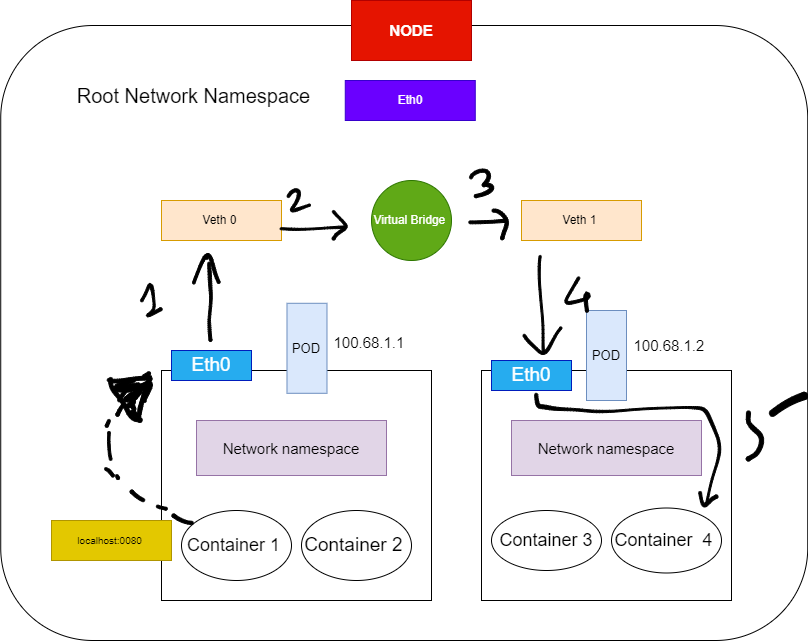
The draw.io diagram Page_images/Pod-2-pod -networking.drawio.png in dikshita-git/RP_Study-on-Ingress-and-its-security-IPv4-IPv6-, before a commit. Source tidied: cells renumbered, new cells last; positions are measured from the earlier drawing's top-left corner, leaving out a move shared by most shapes.
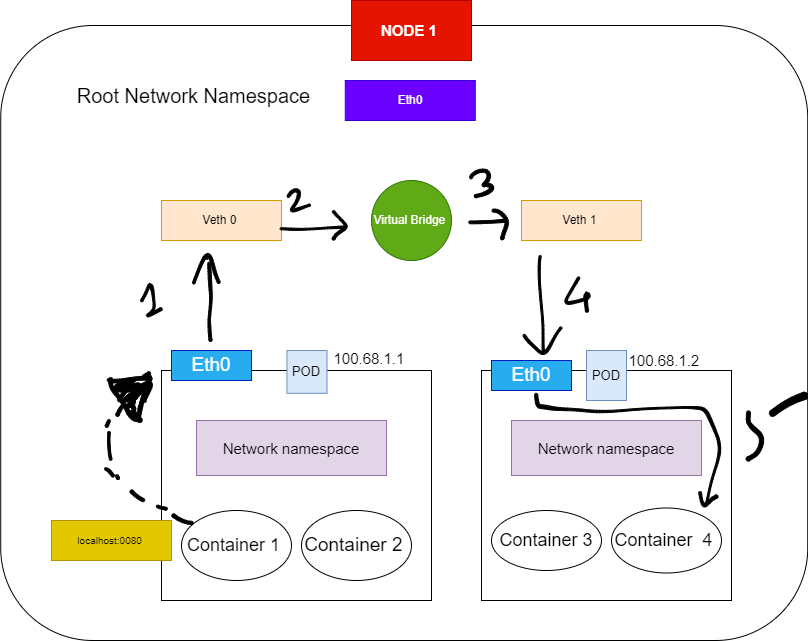
The same file after the commit.

Diff of the diagram source:
```diff
@@ -9,7 +9,7 @@
       <mxGeometry x="161" y="370" width="270" height="230" as="geometry" />
     </mxCell>
     <mxCell id="4" value="&lt;font style=&quot;font-size: 13px;&quot;&gt;POD&lt;/font&gt;" style="text;html=1;strokeColor=#6c8ebf;fillColor=#dae8fc;align=center;verticalAlign=middle;whiteSpace=wrap;rounded=0;" parent="1" vertex="1">
-      <mxGeometry x="286.5" y="302.8" width="40" height="90" as="geometry" />
+      <mxGeometry x="286.5" y="350" width="40" height="42.8" as="geometry" />
     </mxCell>
     <mxCell id="5" value="&lt;font style=&quot;font-size: 15px;&quot;&gt;Network namespace&lt;/font&gt;" style="rounded=0;whiteSpace=wrap;html=1;fillColor=#e1d5e7;strokeColor=#9673a6;" parent="1" vertex="1">
       <mxGeometry x="196" y="420" width="190" height="55" as="geometry" />
@@ -27,16 +27,16 @@
       <mxGeometry relative="1" as="geometry" />
     </mxCell>
     <mxCell id="10" value="100.68.1.1&amp;nbsp;" style="text;html=1;strokeColor=none;fillColor=none;align=center;verticalAlign=middle;whiteSpace=wrap;rounded=0;fontSize=15;" parent="1" vertex="1">
-      <mxGeometry x="341" y="326.5" width="60" height="30" as="geometry" />
+      <mxGeometry x="341" y="356.5" width="60" height="3.5" as="geometry" />
     </mxCell>
     <mxCell id="11" style="rounded=0;whiteSpace=wrap;html=1;" parent="1" vertex="1">
       <mxGeometry x="481" y="370" width="250" height="230" as="geometry" />
     </mxCell>
     <mxCell id="12" value="&lt;font style=&quot;font-size: 13px;&quot;&gt;POD&lt;/font&gt;" style="text;html=1;strokeColor=#6c8ebf;fillColor=#dae8fc;align=center;verticalAlign=middle;whiteSpace=wrap;rounded=0;" parent="1" vertex="1">
-      <mxGeometry x="586" y="310" width="40" height="90" as="geometry" />
+      <mxGeometry x="586" y="350" width="40" height="50" as="geometry" />
     </mxCell>
     <mxCell id="13" value="100.68.1.2&amp;nbsp;" style="text;html=1;strokeColor=none;fillColor=none;align=center;verticalAlign=middle;whiteSpace=wrap;rounded=0;fontSize=15;" parent="1" vertex="1">
-      <mxGeometry x="641" y="320" width="60" height="50" as="geometry" />
+      <mxGeometry x="636" y="335.3" width="60" height="50" as="geometry" />
     </mxCell>
     <mxCell id="14" value="Eth0" style="rounded=0;whiteSpace=wrap;html=1;fontSize=19;fillColor=#26ACEF;strokeColor=#001DBC;fontColor=#ffffff;" parent="1" vertex="1">
       <mxGeometry x="491" y="360" width="80" height="30" as="geometry" />
@@ -53,7 +53,7 @@
     <mxCell id="18" value="localhost:0080&amp;nbsp;" style="rounded=0;whiteSpace=wrap;html=1;fontSize=10;fillColor=#e3c800;fontColor=#000000;strokeColor=#B09500;" parent="1" vertex="1">
       <mxGeometry x="51" y="520" width="120" height="40" as="geometry" />
     </mxCell>
-    <mxCell id="19" value="&lt;font size=&quot;1&quot; style=&quot;&quot;&gt;&lt;b style=&quot;font-size: 15px;&quot;&gt;NODE&lt;/b&gt;&lt;/font&gt;" style="rounded=0;whiteSpace=wrap;html=1;fontSize=10;fillColor=#e51400;fontColor=#ffffff;strokeColor=#B20000;" parent="1" vertex="1">
+    <mxCell id="19" value="&lt;font size=&quot;1&quot; style=&quot;&quot;&gt;&lt;b style=&quot;font-size: 15px;&quot;&gt;NODE 1&amp;nbsp;&lt;/b&gt;&lt;/font&gt;" style="rounded=0;whiteSpace=wrap;html=1;fontSize=10;fillColor=#e51400;fontColor=#ffffff;strokeColor=#B20000;" parent="1" vertex="1">
       <mxGeometry x="351" width="120" height="60" as="geometry" />
     </mxCell>
     <mxCell id="20" value="Veth 0&amp;nbsp;" style="rounded=0;whiteSpace=wrap;html=1;fillColor=#ffe6cc;strokeColor=#d79b00;" parent="1" vertex="1">
```
